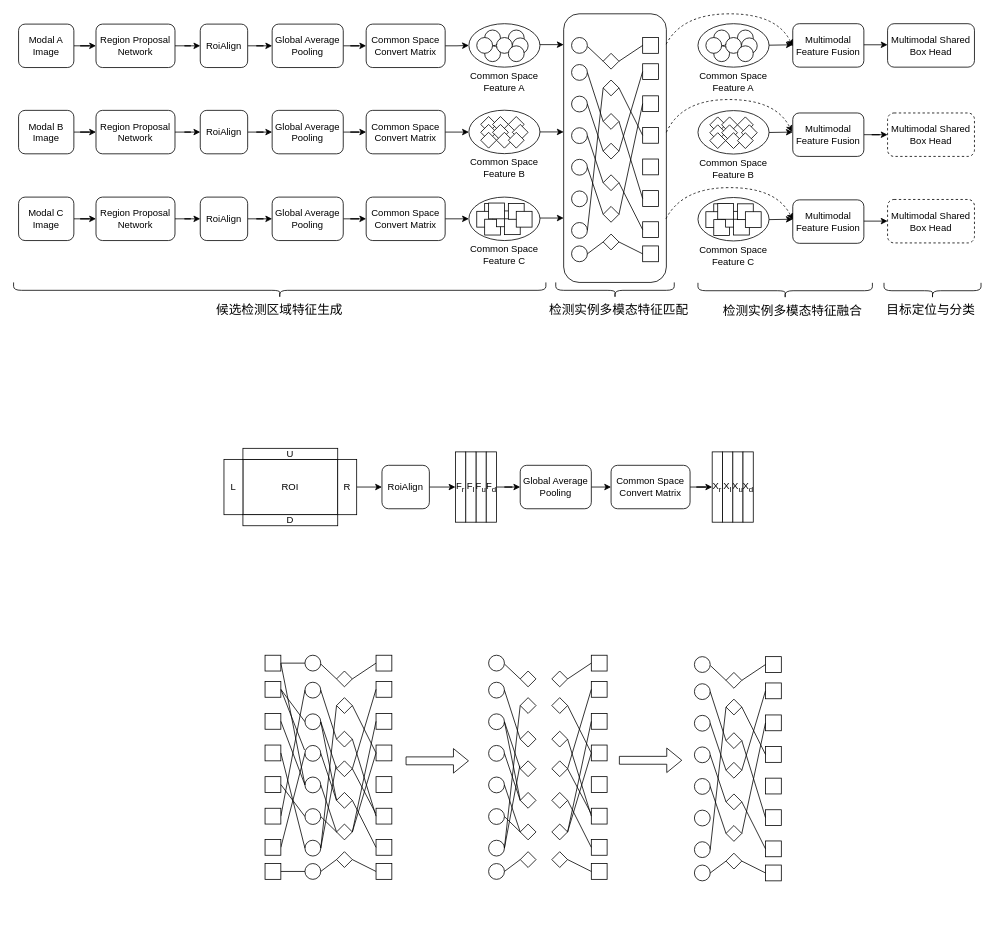
Before: 多视角多模态目标检测3模态案例.drawio in thb1314/for_draw_io, a draw.io diagram. Source tidied: cells renumbered, new cells numbered last; positions are measured from the earlier drawing's top-left corner, leaving out a move shared by most shapes. Both pictures are drawn from the tidied source at 79%, with x=0, y=0 at pixel (18, 13).
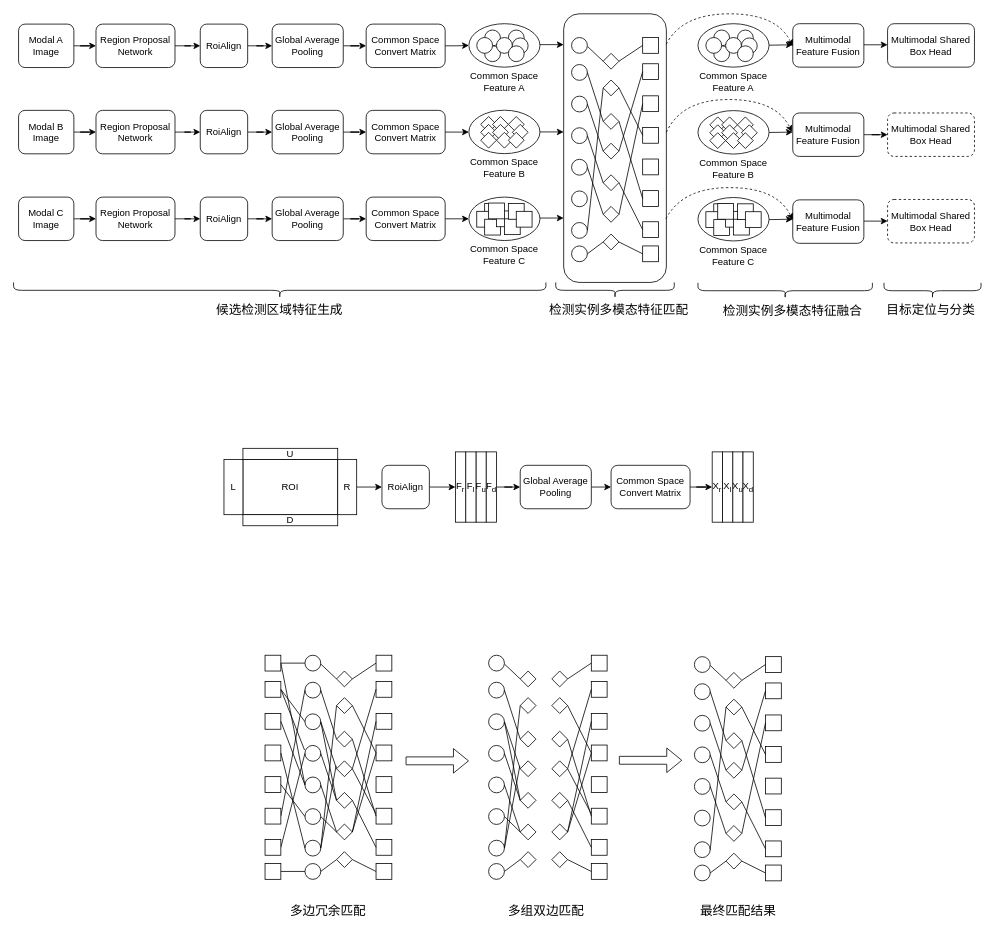
Above is the later version.

Commit message (it also covers changes not shown here):
更新多视角多模态目标检测3模态案例.drawio

Diff of the diagram source:
```diff
@@
+    <mxCell id="325" value="&lt;span style=&quot;font-size: 16px;&quot;&gt;多边冗余匹配&lt;/span&gt;" style="text;html=1;align=center;verticalAlign=middle;whiteSpace=wrap;rounded=0;" parent="1" vertex="1">
+      <mxGeometry x="324" y="1120" width="136" height="30" as="geometry" />
+    </mxCell>
+    <mxCell id="326" value="&lt;span style=&quot;font-size: 16px;&quot;&gt;多组双边匹配&lt;/span&gt;" style="text;html=1;align=center;verticalAlign=middle;whiteSpace=wrap;rounded=0;" parent="1" vertex="1">
+      <mxGeometry x="600" y="1120" width="136" height="30" as="geometry" />
+    </mxCell>
+    <mxCell id="327" value="&lt;span style=&quot;font-size: 16px;&quot;&gt;最终匹配结果&lt;/span&gt;" style="text;html=1;align=center;verticalAlign=middle;whiteSpace=wrap;rounded=0;" parent="1" vertex="1">
+      <mxGeometry x="842.5" y="1120" width="136" height="30" as="geometry" />
+    </mxCell>
```
